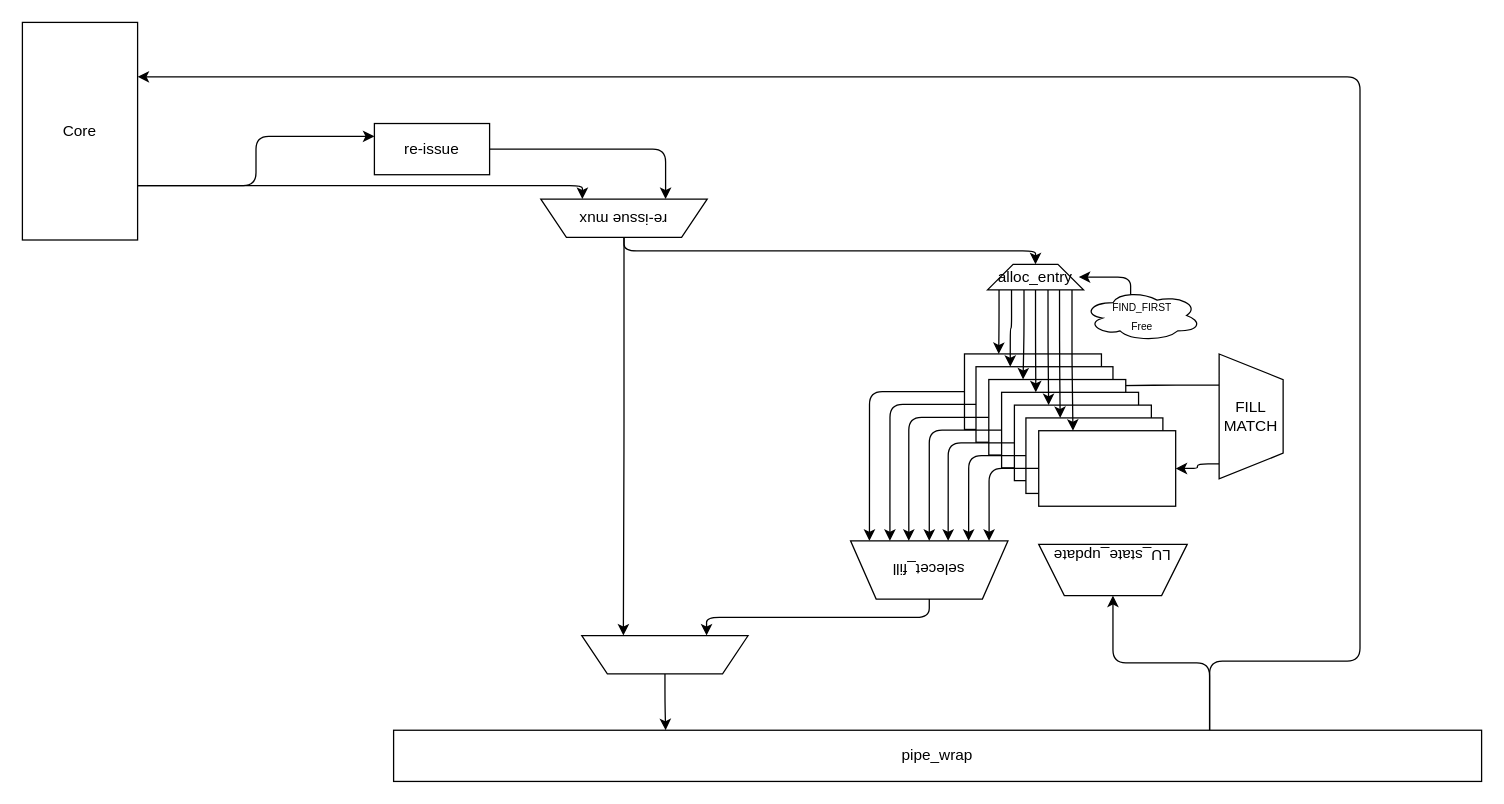
This is page "tq" (1 of 5) of static/drawio/cache.drawio from FPGA-MAFIA/fpga_mafia_wiki, a draw.io file, before an edit. Source tidied: cells renumbered, new cells numbered last; positions are measured from the earlier drawing's top-left corner, leaving out a move shared by most shapes. Both pictures are drawn from the tidied source at 128%, with x=0, y=0 at pixel (22, 22).
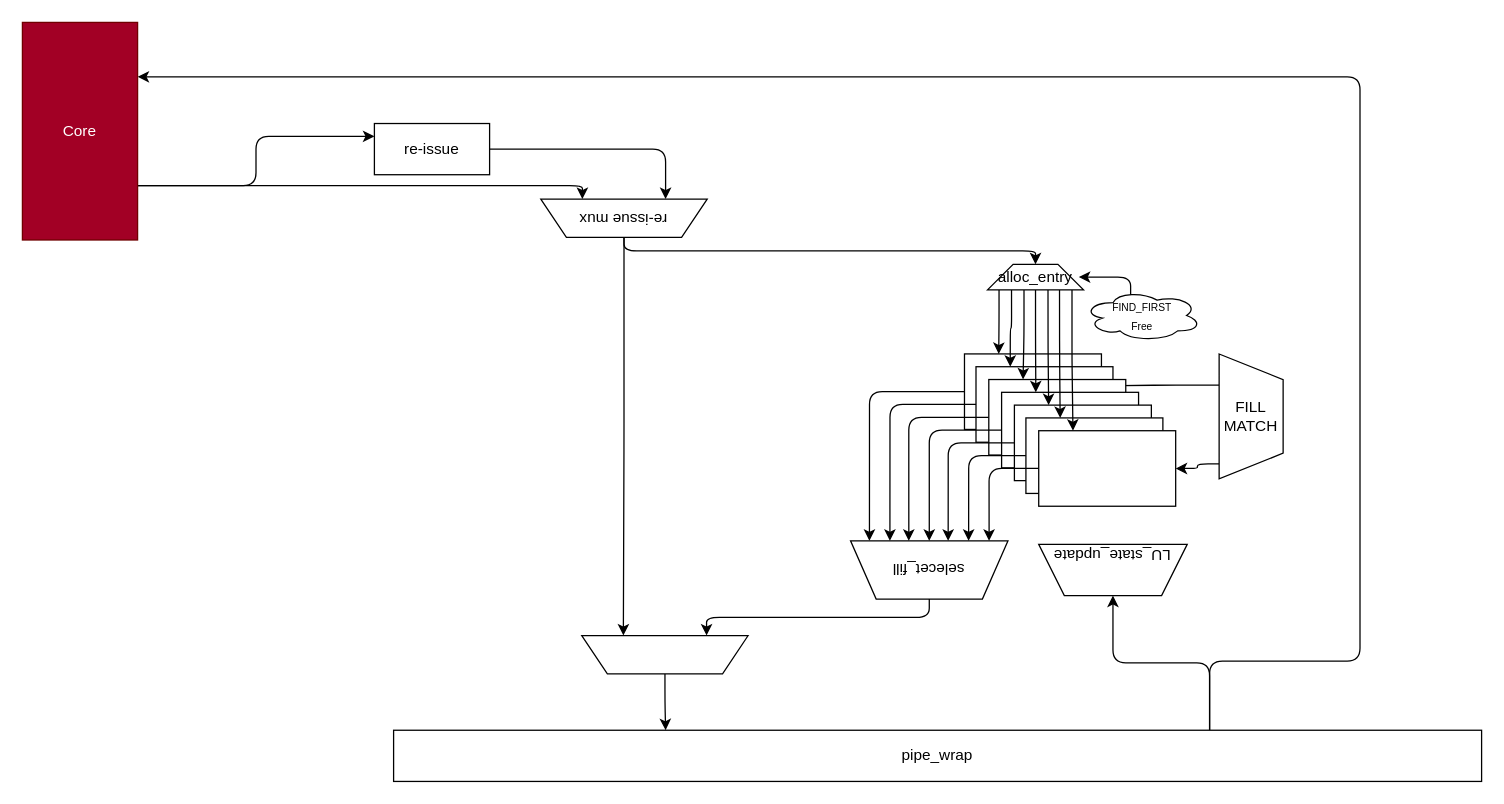
Above is the later version.

What changed in the source:
```diff
@@
-    <mxCell id="14" value="Core" style="rounded=0;whiteSpace=wrap;html=1;" parent="1" vertex="1">
+    <mxCell id="14" value="Core" style="rounded=0;whiteSpace=wrap;html=1;fillColor=#a20025;fontColor=#ffffff;strokeColor=#6F0000;" parent="1" vertex="1">
       <mxGeometry width="90" height="170" as="geometry" />
     </mxCell>
```
